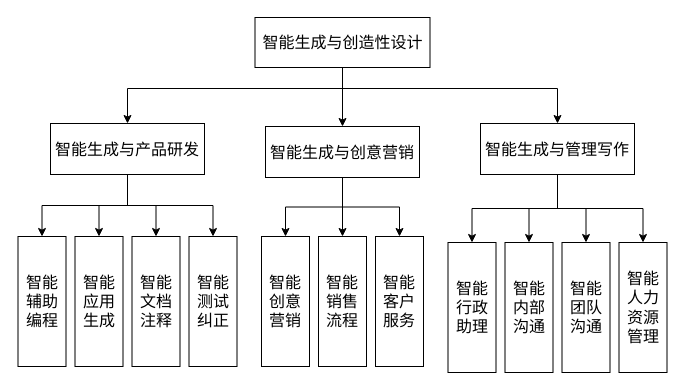
This is 书稿.drawio from GPlaying/brain_map, a draw.io file, before an edit. Source tidied: cells renumbered, new cells numbered last; positions are measured from the earlier drawing's top-left corner, leaving out a move shared by most shapes. Both pictures are drawn from the tidied source at 100%, with x=0, y=0 at pixel (18, 17).
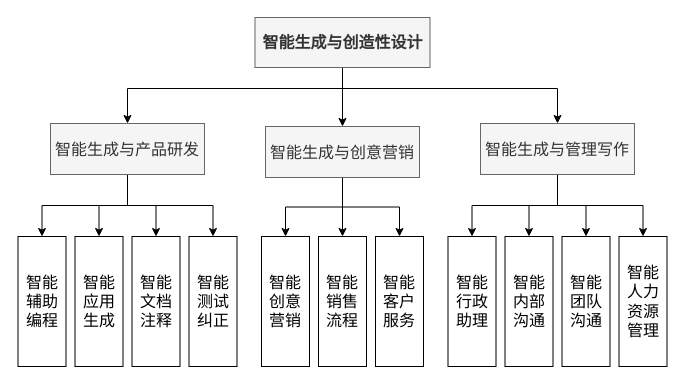
After the change.

What changed in the source:
```diff
@@
-    <mxCell id="5" value="智能生成与创造性设计" style="rounded=0;whiteSpace=wrap;html=1;fontFamily=仿宋;fontSize=16;" parent="1" vertex="1">
+    <mxCell id="5" value="智能生成与创造性设计" style="rounded=0;whiteSpace=wrap;html=1;fontFamily=仿宋;fontSize=16;fillColor=#f5f5f5;strokeColor=#666666;fontStyle=1;fontColor=#333333;" parent="1" vertex="1">
       <mxGeometry x="236.5" width="175" height="50" as="geometry" />
     </mxCell>
@@
-    <mxCell id="10" value="智能生成与产品研发" style="rounded=0;whiteSpace=wrap;html=1;fontFamily=仿宋;fontSize=16;" parent="1" vertex="1">
+    <mxCell id="10" value="智能生成与产品研发" style="rounded=0;whiteSpace=wrap;html=1;fontFamily=仿宋;fontSize=16;fillColor=#f5f5f5;strokeColor=#666666;fontColor=#333333;" parent="1" vertex="1">
       <mxGeometry x="32" y="106" width="154" height="51" as="geometry" />
     </mxCell>
@@
-    <mxCell id="14" value="智能生成与创意营销" style="rounded=0;whiteSpace=wrap;html=1;fontFamily=仿宋;fontSize=16;" parent="1" vertex="1">
+    <mxCell id="14" value="智能生成与创意营销" style="rounded=0;whiteSpace=wrap;html=1;fontFamily=仿宋;fontSize=16;fillColor=#f5f5f5;strokeColor=#666666;fontColor=#333333;" parent="1" vertex="1">
       <mxGeometry x="247" y="109" width="154" height="51" as="geometry" />
     </mxCell>
@@
-    <mxCell id="19" value="智能生成与管理写作" style="rounded=0;whiteSpace=wrap;html=1;fontFamily=仿宋;fontSize=16;" parent="1" vertex="1">
+    <mxCell id="19" value="智能生成与管理写作" style="rounded=0;whiteSpace=wrap;html=1;fontFamily=仿宋;fontSize=16;fillColor=#f5f5f5;strokeColor=#666666;fontColor=#333333;" parent="1" vertex="1">
       <mxGeometry x="462" y="106" width="154" height="51" as="geometry" />
     </mxCell>
@@
     <mxCell id="24" value="智能行政助理" style="rounded=0;whiteSpace=wrap;html=1;fontFamily=仿宋;fontSize=16;" parent="1" vertex="1">
-      <mxGeometry x="429.5" y="225" width="48" height="130" as="geometry" />
+      <mxGeometry x="429.5" y="219" width="48" height="130" as="geometry" />
     </mxCell>
     <mxCell id="25" value="智能内部沟通" style="rounded=0;whiteSpace=wrap;html=1;fontFamily=仿宋;fontSize=16;" parent="1" vertex="1">
-      <mxGeometry x="486.5" y="225" width="48" height="130" as="geometry" />
+      <mxGeometry x="486.5" y="219" width="48" height="130" as="geometry" />
     </mxCell>
     <mxCell id="26" value="智能团队沟通" style="rounded=0;whiteSpace=wrap;html=1;fontFamily=仿宋;fontSize=16;" parent="1" vertex="1">
-      <mxGeometry x="543.5" y="225" width="48" height="130" as="geometry" />
+      <mxGeometry x="543.5" y="219" width="48" height="130" as="geometry" />
     </mxCell>
     <mxCell id="27" value="智能人力资源管理" style="rounded=0;whiteSpace=wrap;html=1;fontFamily=仿宋;fontSize=16;" parent="1" vertex="1">
-      <mxGeometry x="600.5" y="225" width="48" height="130" as="geometry" />
+      <mxGeometry x="600.5" y="219" width="48" height="130" as="geometry" />
     </mxCell>
```
